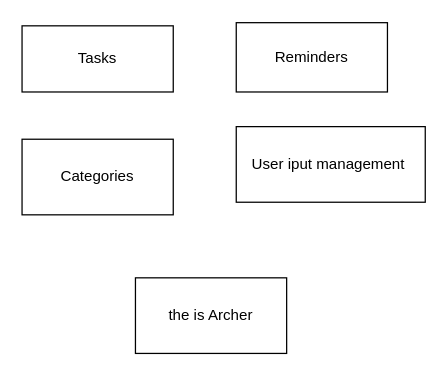
Earlier version of the draw.io diagram page "Functionality" (2 of 2) of NeuroBuddy.drawio (Nerd-Choco/NeuroBuddy). Source tidied: cells renumbered, new cells numbered last; positions are measured from the earlier drawing's top-left corner, leaving out a move shared by most shapes. Both pictures are drawn from the tidied source at 126%, with x=0, y=0 at pixel (21, 23).
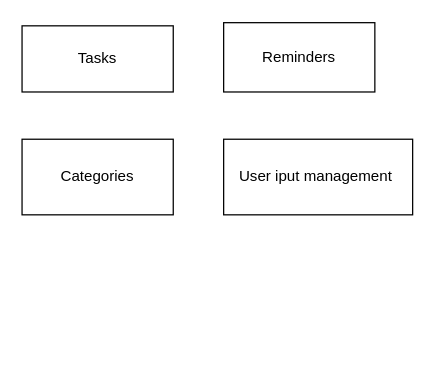
After the change.

What changed in the source:
```diff
@@
 <mxGraphModel>
   <root>
     <mxCell id="0" />
     <mxCell id="1" parent="0" />
     <mxCell id="2" style="edgeStyle=orthogonalEdgeStyle;rounded=0;orthogonalLoop=1;jettySize=auto;html=1;exitX=0.5;exitY=1;exitDx=0;exitDy=0;" parent="1" edge="1">
       <mxGeometry relative="1" as="geometry">
         <mxPoint x="85" y="32" as="sourcePoint" />
         <mxPoint x="85" y="32" as="targetPoint" />
       </mxGeometry>
     </mxCell>
     <mxCell id="3" value="Tasks" style="whiteSpace=wrap;html=1;" parent="1" vertex="1">
       <mxGeometry y="2" width="120" height="52.5" as="geometry" />
     </mxCell>
     <mxCell id="4" value="Categories" style="whiteSpace=wrap;html=1;" parent="1" vertex="1">
       <mxGeometry y="92" width="120" height="60" as="geometry" />
     </mxCell>
     <mxCell id="5" value="Reminders" style="whiteSpace=wrap;html=1;" parent="1" vertex="1">
-      <mxGeometry x="170" y="-0.5" width="120" height="55" as="geometry" />
+      <mxGeometry x="160" y="-0.5" width="120" height="55" as="geometry" />
     </mxCell>
     <mxCell id="6" value="User iput management&amp;nbsp;" style="whiteSpace=wrap;html=1;" parent="1" vertex="1">
-      <mxGeometry x="170" y="82" width="150" height="60" as="geometry" />
+      <mxGeometry x="160" y="92" width="150" height="60" as="geometry" />
     </mxCell>
-    <mxCell id="7" value="the is Archer" style="whiteSpace=wrap;html=1;" parent="1" vertex="1">
-      <mxGeometry x="90" y="202" width="120" height="60" as="geometry" />
-    </mxCell>
   </root>
 </mxGraphModel>
```
